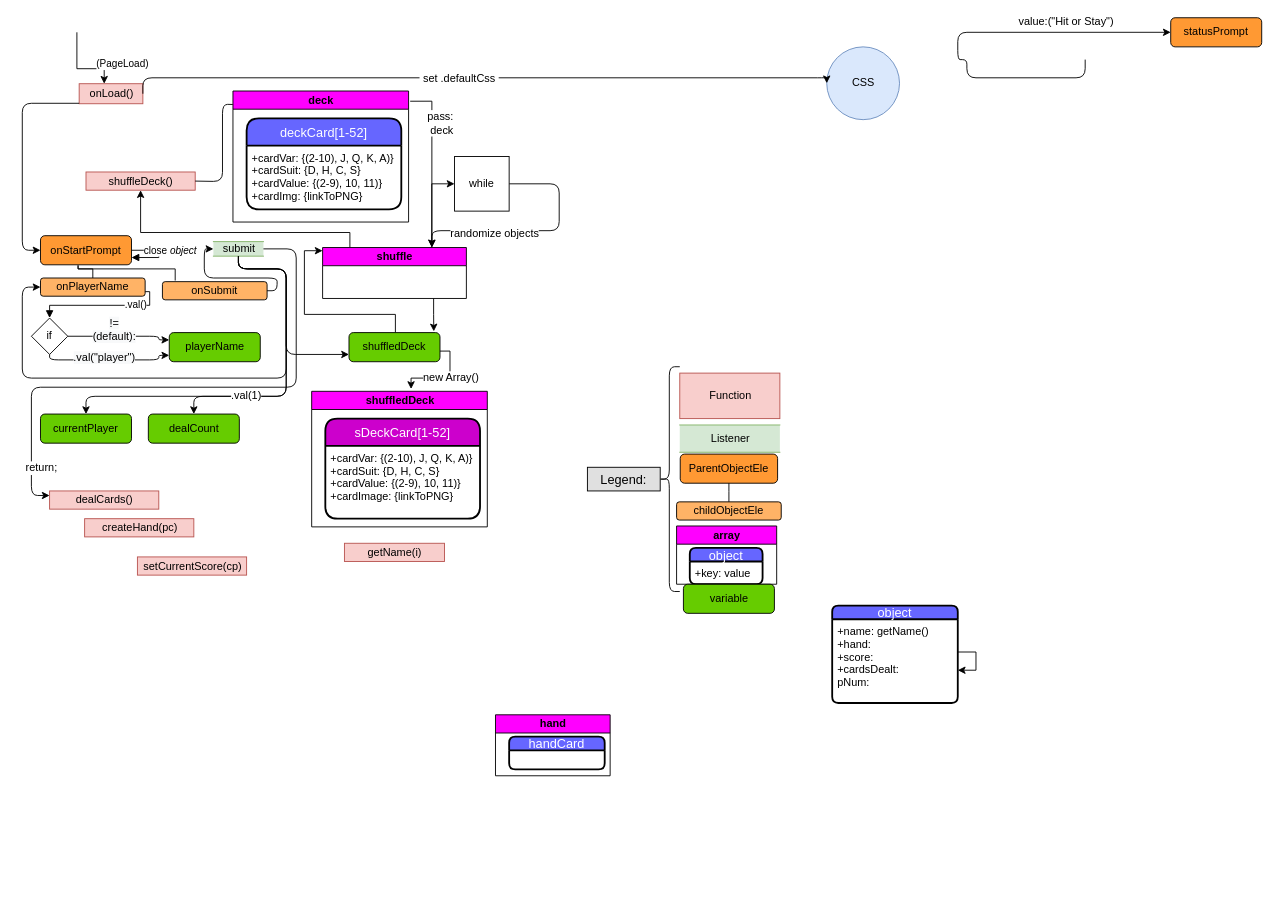
The draw.io diagram page "jsControlFlow" (1 of 2) of project/Ga-Project1-WireFrames.drawio in sageguy09/ga-project1-blackjack, before the edit. Source tidied: cells renumbered, new cells numbered last; positions are measured from the earlier drawing's top-left corner, leaving out a move shared by most shapes. Both pictures are drawn from the tidied source at 91%, with x=0, y=0 at pixel (22, 17).
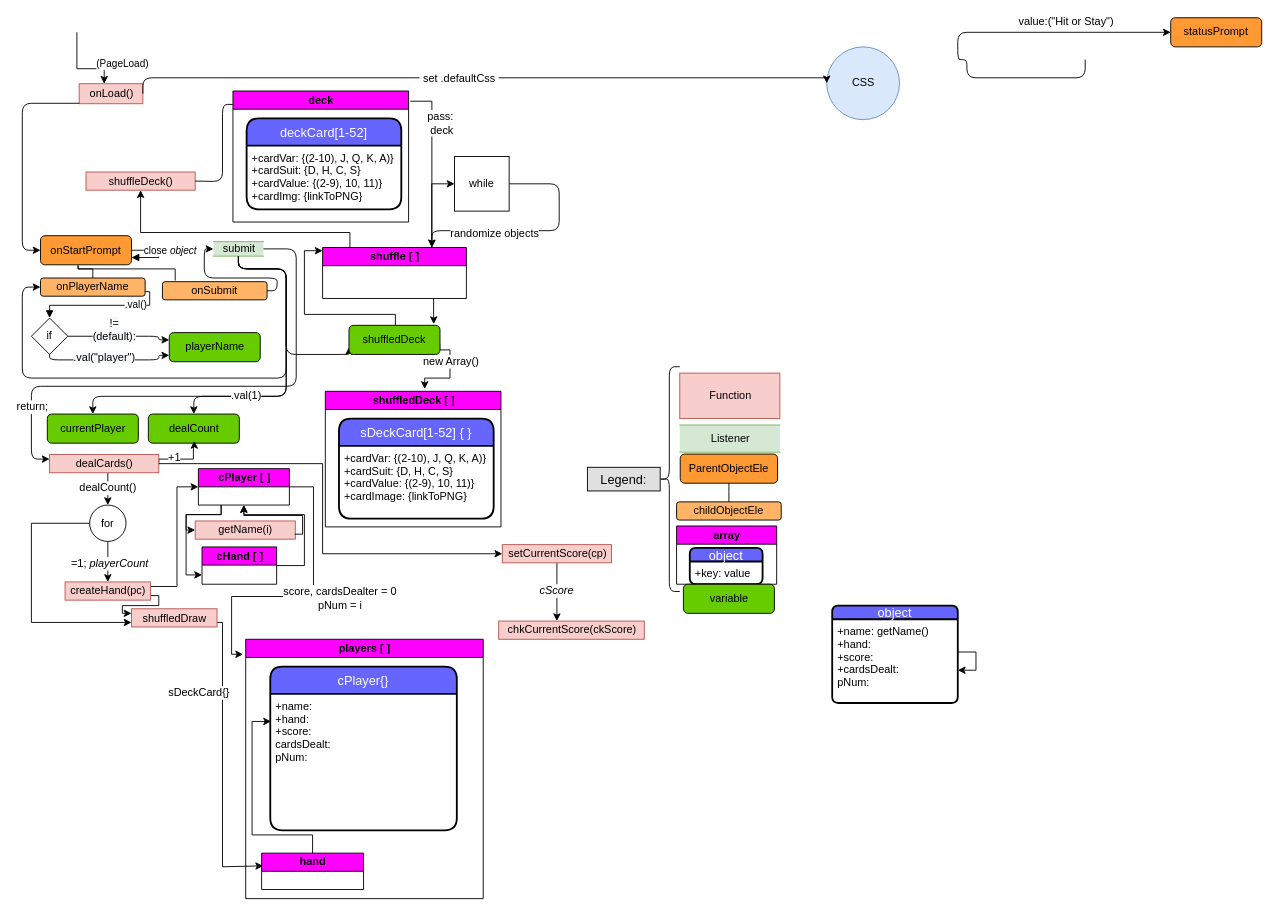
Above is the later version.

Commit message (it also covers changes not shown here):
added more pseudo code. updated wirefram to reflect control flow.

Unchanged cells that the change refers to:
```xml
<mxCell id="21" value="submit" style="html=1;dashed=0;whitespace=wrap;shape=partialRectangle;right=0;left=0;fillColor=#d5e8d4;strokeColor=#82b366;" parent="1" vertex="1">
  <mxGeometry x="210" y="246" width="55" height="16" as="geometry" />
</mxCell>
<mxCell id="49" value="dealCount" style="rounded=1;whiteSpace=wrap;html=1;fillColor=#66CC00;" parent="1" vertex="1">
  <mxGeometry x="138.5" y="435.5" width="100" height="32" as="geometry" />
</mxCell>
```

Diff of the diagram source:
```diff
@@
-    <mxCell id="29" value="shuffledDeck" style="swimlane;html=1;startSize=20;horizontal=1;containerType=tree;fillColor=#FF00FF;" parent="1" vertex="1">
-      <mxGeometry x="318" y="410.5" width="193" height="149" as="geometry" />
+    <mxCell id="29" value="shuffledDeck [ ]" style="swimlane;html=1;startSize=20;horizontal=1;containerType=tree;fillColor=#FF00FF;" parent="1" vertex="1">
+      <mxGeometry x="333" y="410.5" width="193" height="149" as="geometry" />
     </mxCell>
-    <mxCell id="30" value="sDeckCard[1-52]" style="swimlane;horizontal=1;startSize=30;fillColor=#CC00CC;fontColor=#FFFFFF;rounded=1;fontSize=14;fontStyle=0;strokeWidth=2;shadow=0;dashed=0;align=center;" parent="29" vertex="1">
+    <mxCell id="30" value="sDeckCard[1-52] { }" style="swimlane;horizontal=1;startSize=30;fillColor=#6666ff;fontColor=#FFFFFF;rounded=1;fontSize=14;fontStyle=0;strokeWidth=2;shadow=0;dashed=0;align=center;" parent="29" vertex="1">
       <mxGeometry x="15" y="30" width="170" height="110" as="geometry" />
     </mxCell>
@@
     <mxCell id="45" style="edgeStyle=orthogonalEdgeStyle;rounded=0;jettySize=auto;html=1;entryX=0.566;entryY=-0.017;entryDx=0;entryDy=0;entryPerimeter=0;exitX=0.997;exitY=0.635;exitDx=0;exitDy=0;exitPerimeter=0;" parent="1" edge="1" source="47" target="29">
       <mxGeometry relative="1" as="geometry">
         <Array as="points">
-          <mxPoint x="470" y="366" />
+          <mxPoint x="458" y="365" />
+          <mxPoint x="470" y="365" />
           <mxPoint x="470" y="396" />
-          <mxPoint x="427" y="396" />
+          <mxPoint x="443" y="396" />
         </Array>
       </mxGeometry>
     </mxCell>
     <mxCell id="46" value="new Array()" style="text;html=1;align=center;verticalAlign=middle;labelBackgroundColor=#ffffff;" parent="45" vertex="1">
       <mxGeometry x="-0.31" relative="1" as="geometry">
-        <mxPoint y="8" as="offset" />
+        <mxPoint y="-1" as="offset" />
       </mxGeometry>
     </mxCell>
     <mxCell id="47" value="shuffledDeck" style="rounded=1;whiteSpace=wrap;html=1;fillColor=#66CC00;" parent="1" vertex="1">
-      <mxGeometry x="359" y="346" width="100" height="32" as="geometry" />
+      <mxGeometry x="359" y="338" width="100" height="32" as="geometry" />
     </mxCell>
     <mxCell id="48" value="currentPlayer" style="rounded=1;whiteSpace=wrap;html=1;fillColor=#66CC00;" parent="1" vertex="1">
-      <mxGeometry x="20" y="435.5" width="100" height="32" as="geometry" />
+      <mxGeometry x="27.5" y="435.5" width="100" height="32" as="geometry" />
     </mxCell>
@@
-    <mxCell id="53" value="shuffle" style="swimlane;html=1;startSize=20;horizontal=1;containerType=tree;fillColor=#FF00FF;" parent="1" vertex="1">
+    <mxCell id="53" value="shuffle [ ]" style="swimlane;html=1;startSize=20;horizontal=1;containerType=tree;fillColor=#FF00FF;" parent="1" vertex="1">
       <mxGeometry x="330" y="252.5" width="158" height="56" as="geometry" />
     </mxCell>
@@
     <mxCell id="58" value="getName(i)" style="html=1;dashed=0;whitespace=wrap;fillColor=#f8cecc;strokeColor=#b85450;" parent="1" vertex="1">
-      <mxGeometry x="354" y="577.5" width="110" height="20" as="geometry" />
+      <mxGeometry x="190" y="553" width="110" height="20" as="geometry" />
     </mxCell>
@@
-    <mxCell id="60" value="hand" style="swimlane;html=1;startSize=20;horizontal=1;containerType=tree;fillColor=#FF00FF;" parent="1" vertex="1">
-      <mxGeometry x="520" y="766" width="126" height="67" as="geometry" />
-    </mxCell>
-    <mxCell id="61" value="handCard" style="swimlane;horizontal=1;startSize=15;fillColor=#6666FF;fontColor=#FFFFFF;rounded=1;fontSize=14;fontStyle=0;strokeWidth=2;shadow=0;dashed=0;align=center;" parent="60" vertex="1">
-      <mxGeometry x="15" y="24" width="105" height="36" as="geometry" />
-    </mxCell>
@@
     <mxCell id="68" style="edgeStyle=orthogonalEdgeStyle;endArrow=classic;html=1;elbow=vertical;exitX=0.5;exitY=1;exitDx=0;exitDy=0;entryX=0.5;entryY=0;entryDx=0;entryDy=0;" parent="1" edge="1" source="21" target="48">
       <mxGeometry relative="1" as="geometry">
         <Array as="points">
           <mxPoint x="238" y="276" />
           <mxPoint x="290" y="276" />
           <mxPoint x="290" y="416" />
-          <mxPoint x="70" y="416" />
+          <mxPoint x="78" y="416" />
         </Array>
       </mxGeometry>
     </mxCell>
     <mxCell id="69" style="edgeStyle=orthogonalEdgeStyle;endArrow=classic;html=1;elbow=vertical;entryX=0.5;entryY=0;entryDx=0;entryDy=0;exitX=0.5;exitY=1;exitDx=0;exitDy=0;" parent="1" edge="1" source="21" target="49">
       <mxGeometry relative="1" as="geometry">
         <Array as="points">
           <mxPoint x="238" y="276" />
           <mxPoint x="290" y="276" />
           <mxPoint x="290" y="416" />
-          <mxPoint x="189" y="416" />
+          <mxPoint x="188" y="416" />
         </Array>
       </mxGeometry>
     </mxCell>
@@
     <mxCell id="71" style="edgeStyle=orthogonalEdgeStyle;endArrow=classic;html=1;elbow=vertical;exitX=1;exitY=0.5;exitDx=0;exitDy=0;entryX=0;entryY=0.25;entryDx=0;entryDy=0;" parent="1" edge="1" source="21" target="73">
       <mxGeometry relative="1" as="geometry">
         <Array as="points">
           <mxPoint x="301" y="254" />
-          <mxPoint x="301" y="406" />
-          <mxPoint x="10" y="406" />
-          <mxPoint x="10" y="525" />
+          <mxPoint x="301" y="405" />
+          <mxPoint x="10" y="405" />
+          <mxPoint x="10" y="485" />
         </Array>
       </mxGeometry>
     </mxCell>
     <mxCell id="72" value="return;" style="text;html=1;align=center;verticalAlign=middle;labelBackgroundColor=#ffffff;" parent="71" vertex="1">
       <mxGeometry x="0.67" y="1" relative="1" as="geometry">
-        <mxPoint x="9" y="51.5" as="offset" />
+        <mxPoint x="-0.5" y="17" as="offset" />
       </mxGeometry>
     </mxCell>
+    <mxCell id="76" style="edgeStyle=orthogonalEdgeStyle;rounded=0;jettySize=auto;html=1;entryX=0.5;entryY=0;entryDx=0;entryDy=0;" parent="1" edge="1" source="73" target="101">
+      <mxGeometry relative="1" as="geometry">
+        <Array as="points">
+          <mxPoint x="94" y="516" />
+          <mxPoint x="94" y="516" />
+        </Array>
+      </mxGeometry>
+    </mxCell>
+    <mxCell id="77" value="dealCount()" style="text;html=1;align=center;verticalAlign=middle;labelBackgroundColor=#ffffff;" parent="76" vertex="1">
+      <mxGeometry x="0.45" y="-10" relative="1" as="geometry">
+        <mxPoint x="9" y="-10" as="offset" />
+      </mxGeometry>
+    </mxCell>
+    <mxCell id="78" style="edgeStyle=orthogonalEdgeStyle;rounded=0;jettySize=auto;html=1;exitX=1;exitY=0.5;exitDx=0;exitDy=0;" parent="1" edge="1" source="73">
+      <mxGeometry relative="1" as="geometry">
+        <mxPoint x="189" y="465" as="targetPoint" />
+        <Array as="points">
+          <mxPoint x="150" y="485" />
+          <mxPoint x="188" y="485" />
+          <mxPoint x="188" y="468" />
+          <mxPoint x="189" y="468" />
+        </Array>
+      </mxGeometry>
+    </mxCell>
+    <mxCell id="79" value="+1" style="text;html=1;align=center;verticalAlign=middle;labelBackgroundColor=#ffffff;" parent="78" vertex="1">
+      <mxGeometry y="2" relative="1" as="geometry">
+        <mxPoint x="-11" as="offset" />
+      </mxGeometry>
+    </mxCell>
     <mxCell id="73" value="dealCards()" style="html=1;dashed=0;whitespace=wrap;fillColor=#f8cecc;strokeColor=#b85450;" parent="1" vertex="1">
-      <mxGeometry x="30" y="520" width="120" height="20" as="geometry" />
+      <mxGeometry x="30" y="480" width="120" height="20" as="geometry" />
     </mxCell>
+    <mxCell id="80" style="edgeStyle=orthogonalEdgeStyle;rounded=0;jettySize=auto;html=1;" parent="1" edge="1" source="75" target="82">
+      <mxGeometry relative="1" as="geometry">
+        <Array as="points">
+          <mxPoint x="603.5" y="599" />
+          <mxPoint x="603.5" y="599" />
+        </Array>
+      </mxGeometry>
+    </mxCell>
+    <mxCell id="81" value="&lt;i&gt;cScore&lt;/i&gt;" style="text;html=1;align=center;verticalAlign=middle;labelBackgroundColor=#ffffff;" parent="80" vertex="1">
+      <mxGeometry x="-0.06" y="-1" relative="1" as="geometry" />
+    </mxCell>
+    <mxCell id="75" value="setCurrentScore(cp)" style="html=1;dashed=0;whitespace=wrap;fillColor=#f8cecc;strokeColor=#b85450;" parent="1" vertex="1">
+      <mxGeometry x="527.5" y="579" width="120" height="20" as="geometry" />
+    </mxCell>
+    <mxCell id="82" value="chkCurrentScore(ckScore)" style="html=1;dashed=0;whitespace=wrap;fillColor=#f8cecc;strokeColor=#b85450;" parent="1" vertex="1">
+      <mxGeometry x="523.5" y="663" width="160" height="20" as="geometry" />
+    </mxCell>
+    <mxCell id="83" style="edgeStyle=orthogonalEdgeStyle;rounded=0;jettySize=auto;html=1;entryX=0;entryY=0.5;entryDx=0;entryDy=0;exitX=1;exitY=0.25;exitDx=0;exitDy=0;" parent="1" edge="1" source="74" target="96">
+      <mxGeometry relative="1" as="geometry">
+        <Array as="points">
+          <mxPoint x="170" y="625" />
+          <mxPoint x="170" y="516" />
+        </Array>
+      </mxGeometry>
+    </mxCell>
+    <mxCell id="84" style="edgeStyle=orthogonalEdgeStyle;rounded=0;jettySize=auto;html=1;entryX=0;entryY=0.25;entryDx=0;entryDy=0;exitX=1;exitY=0.75;exitDx=0;exitDy=0;" parent="1" edge="1" source="74" target="87">
+      <mxGeometry relative="1" as="geometry">
+        <Array as="points">
+          <mxPoint x="150" y="635" />
+          <mxPoint x="150" y="646" />
+          <mxPoint x="110" y="646" />
+          <mxPoint x="110" y="655" />
+        </Array>
+      </mxGeometry>
+    </mxCell>
     <mxCell id="74" value="createHand(pc)" style="html=1;dashed=0;whitespace=wrap;fillColor=#f8cecc;strokeColor=#b85450;" parent="1" vertex="1">
-      <mxGeometry x="68.5" y="550.5" width="120" height="20" as="geometry" />
+      <mxGeometry x="47" y="620" width="94" height="20" as="geometry" />
     </mxCell>
-    <mxCell id="75" value="setCurrentScore(cp)" style="html=1;dashed=0;whitespace=wrap;fillColor=#f8cecc;strokeColor=#b85450;" parent="1" vertex="1">
-      <mxGeometry x="126.5" y="592.5" width="120" height="20" as="geometry" />
-    </mxCell>
+    <mxCell id="85" style="edgeStyle=orthogonalEdgeStyle;rounded=0;jettySize=auto;html=1;entryX=0.015;entryY=0.35;entryDx=0;entryDy=0;entryPerimeter=0;exitX=1;exitY=0.75;exitDx=0;exitDy=0;" parent="1" edge="1" source="87" target="60">
+      <mxGeometry relative="1" as="geometry">
+        <Array as="points">
+          <mxPoint x="220" y="664" />
+          <mxPoint x="220" y="933" />
+        </Array>
+      </mxGeometry>
+    </mxCell>
+    <mxCell id="86" value="sDeckCard{}" style="text;html=1;align=center;verticalAlign=middle;labelBackgroundColor=#ffffff;" parent="85" vertex="1">
+      <mxGeometry x="-0.49" y="-1" relative="1" as="geometry">
+        <mxPoint x="-25.5" y="1.5" as="offset" />
+      </mxGeometry>
+    </mxCell>
+    <mxCell id="87" value="shuffledDraw" style="html=1;dashed=0;whitespace=wrap;fillColor=#f8cecc;strokeColor=#b85450;" parent="1" vertex="1">
+      <mxGeometry x="120" y="649.5" width="94" height="20" as="geometry" />
+    </mxCell>
+    <mxCell id="88" value="players [ ]" style="swimlane;html=1;startSize=20;horizontal=1;containerType=tree;fillColor=#FF00FF;" parent="1" vertex="1">
+      <mxGeometry x="245.5" y="683" width="261" height="285" as="geometry" />
+    </mxCell>
+    <mxCell id="89" value="cPlayer{}" style="swimlane;horizontal=1;startSize=30;fillColor=#6666ff;fontColor=#FFFFFF;rounded=1;fontSize=14;fontStyle=0;strokeWidth=2;shadow=0;dashed=0;align=center;" parent="88" vertex="1">
+      <mxGeometry x="27" y="30" width="205" height="180" as="geometry" />
+    </mxCell>
+    <mxCell id="90" value="+name: &#10;+hand: &#10;+score: &#10;cardsDealt: &#10;pNum: " style="align=left;strokeColor=none;fillColor=none;spacingLeft=4;fontSize=12;verticalAlign=top;" parent="89" vertex="1">
+      <mxGeometry y="30" width="205" height="150" as="geometry" />
+    </mxCell>
+    <mxCell id="91" style="edgeStyle=orthogonalEdgeStyle;rounded=0;jettySize=auto;html=1;entryX=0.004;entryY=0.202;entryDx=0;entryDy=0;entryPerimeter=0;" parent="88" edge="1" source="60" target="90">
+      <mxGeometry relative="1" as="geometry" />
+    </mxCell>
+    <mxCell id="60" value="hand" style="swimlane;html=1;startSize=20;horizontal=1;containerType=tree;fillColor=#FF00FF;" parent="88" vertex="1">
+      <mxGeometry x="17.5" y="235" width="112" height="40" as="geometry" />
+    </mxCell>
+    <mxCell id="92" value="cHand [ ]" style="swimlane;html=1;startSize=20;horizontal=1;containerType=tree;fillColor=#FF00FF;" parent="1" vertex="1">
+      <mxGeometry x="197.5" y="581.5" width="82" height="41" as="geometry" />
+    </mxCell>
+    <mxCell id="93" style="edgeStyle=orthogonalEdgeStyle;rounded=0;jettySize=auto;html=1;entryX=0;entryY=0.5;entryDx=0;entryDy=0;exitX=0.25;exitY=1;exitDx=0;exitDy=0;" parent="1" edge="1" source="96" target="58">
+      <mxGeometry relative="1" as="geometry">
+        <Array as="points">
+          <mxPoint x="218" y="546" />
+          <mxPoint x="180" y="546" />
+          <mxPoint x="180" y="563" />
+        </Array>
+      </mxGeometry>
+    </mxCell>
+    <mxCell id="94" style="edgeStyle=orthogonalEdgeStyle;rounded=0;jettySize=auto;html=1;entryX=-0.011;entryY=0.058;entryDx=0;entryDy=0;entryPerimeter=0;" parent="1" edge="1" source="96" target="88">
+      <mxGeometry relative="1" as="geometry">
+        <Array as="points">
+          <mxPoint x="320" y="516" />
+          <mxPoint x="320" y="636" />
+          <mxPoint x="230" y="636" />
+          <mxPoint x="230" y="700" />
+        </Array>
+      </mxGeometry>
+    </mxCell>
+    <mxCell id="95" value="score, cardsDealter = 0&lt;br&gt;pNum = i" style="text;html=1;align=center;verticalAlign=middle;labelBackgroundColor=#ffffff;" parent="94" vertex="1">
+      <mxGeometry x="-0.13" y="-1" relative="1" as="geometry">
+        <mxPoint x="29" y="12" as="offset" />
+      </mxGeometry>
+    </mxCell>
+    <mxCell id="96" value="cPlayer [ ]" style="swimlane;html=1;startSize=20;horizontal=1;containerType=tree;fillColor=#FF00FF;" parent="1" vertex="1">
+      <mxGeometry x="193.5" y="495.5" width="100" height="40" as="geometry" />
+    </mxCell>
+    <mxCell id="97" style="edgeStyle=orthogonalEdgeStyle;rounded=0;jettySize=auto;html=1;exitX=1;exitY=0.5;exitDx=0;exitDy=0;entryX=0.5;entryY=1;entryDx=0;entryDy=0;" parent="1" edge="1" source="92" target="96">
+      <mxGeometry relative="1" as="geometry">
+        <Array as="points">
+          <mxPoint x="310" y="602" />
+          <mxPoint x="310" y="546" />
+          <mxPoint x="244" y="546" />
+        </Array>
+      </mxGeometry>
+    </mxCell>
+    <mxCell id="98" style="edgeStyle=orthogonalEdgeStyle;rounded=0;jettySize=auto;html=1;entryX=0;entryY=0.75;entryDx=0;entryDy=0;exitX=0.25;exitY=1;exitDx=0;exitDy=0;" parent="1" edge="1" source="96" target="92">
+      <mxGeometry relative="1" as="geometry">
+        <Array as="points">
+          <mxPoint x="219" y="546" />
+          <mxPoint x="180" y="546" />
+          <mxPoint x="180" y="612" />
+        </Array>
+      </mxGeometry>
+    </mxCell>
+    <mxCell id="99" style="edgeStyle=orthogonalEdgeStyle;rounded=0;jettySize=auto;html=1;exitX=1.014;exitY=0.639;exitDx=0;exitDy=0;exitPerimeter=0;entryX=0.5;entryY=1;entryDx=0;entryDy=0;" parent="1" edge="1" target="96">
+      <mxGeometry relative="1" as="geometry">
+        <mxPoint x="299.4" y="567.5" as="sourcePoint" />
+        <Array as="points">
+          <mxPoint x="308" y="568" />
+          <mxPoint x="308" y="547" />
+          <mxPoint x="244" y="547" />
+        </Array>
+      </mxGeometry>
+    </mxCell>
+    <mxCell id="100" style="edgeStyle=orthogonalEdgeStyle;rounded=0;jettySize=auto;html=1;entryX=0;entryY=0.75;entryDx=0;entryDy=0;" parent="1" edge="1" source="101" target="87">
+      <mxGeometry relative="1" as="geometry">
+        <Array as="points">
+          <mxPoint x="10" y="556" />
+          <mxPoint x="10" y="664" />
+        </Array>
+      </mxGeometry>
+    </mxCell>
+    <mxCell id="101" value="for" style="ellipse;whiteSpace=wrap;html=1;fillColor=#FFFFFF;" parent="1" vertex="1">
+      <mxGeometry x="74" y="535.5" width="40" height="40" as="geometry" />
+    </mxCell>
+    <mxCell id="102" style="edgeStyle=orthogonalEdgeStyle;rounded=0;jettySize=auto;html=1;exitX=0.5;exitY=1;exitDx=0;exitDy=0;" parent="1" edge="1" source="101" target="74">
+      <mxGeometry relative="1" as="geometry" />
+    </mxCell>
+    <mxCell id="103" value="=1; &lt;i&gt;playerCount&lt;/i&gt;" style="text;html=1;align=center;verticalAlign=middle;labelBackgroundColor=#ffffff;" parent="102" vertex="1">
+      <mxGeometry x="0.12" y="-1" relative="1" as="geometry">
+        <mxPoint x="2" y="-1" as="offset" />
+      </mxGeometry>
+    </mxCell>
+    <mxCell id="104" style="edgeStyle=orthogonalEdgeStyle;rounded=0;jettySize=auto;html=1;entryX=0;entryY=0.5;entryDx=0;entryDy=0;exitX=1;exitY=0.5;exitDx=0;exitDy=0;" parent="1" edge="1" source="73" target="75">
+      <mxGeometry relative="1" as="geometry">
+        <Array as="points">
+          <mxPoint x="330" y="490" />
+          <mxPoint x="330" y="589" />
+        </Array>
+      </mxGeometry>
+    </mxCell>
```
